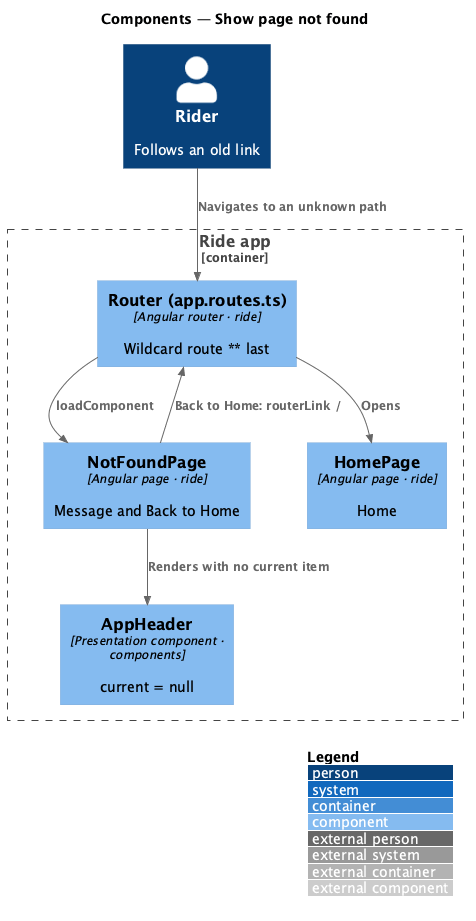
The PlantUML diagram docs/detailed-designs/ui/show-page-not-found/diagrams/c4-component.png in QuinntyneBrown/ride-one, before a commit.
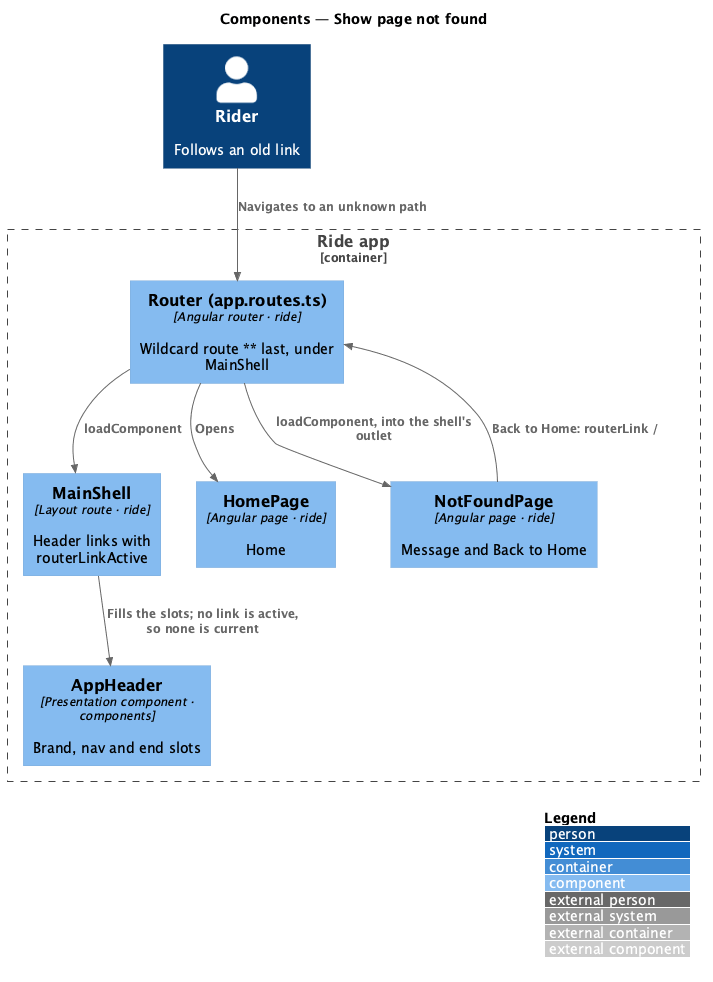
After the change.

Change to the diagram source:
```diff
@@ -5,14 +5,16 @@
 
 Person(rider, "Rider", "Follows an old link")
 Container_Boundary(app, "Ride app") {
-  Component(router, "Router (app.routes.ts)", "Angular router · ride", "Wildcard route ** last")
+  Component(router, "Router (app.routes.ts)", "Angular router · ride", "Wildcard route ** last, under MainShell")
+  Component(shell, "MainShell", "Layout route · ride", "Header links with routerLinkActive")
   Component(page, "NotFoundPage", "Angular page · ride", "Message and Back to Home")
-  Component(header, "AppHeader", "Presentation component · components", "current = null")
+  Component(header, "AppHeader", "Presentation component · components", "Brand, nav and end slots")
   Component(home, "HomePage", "Angular page · ride", "Home")
 }
 Rel(rider, router, "Navigates to an unknown path")
-Rel(router, page, "loadComponent")
-Rel(page, header, "Renders with no current item")
+Rel(router, shell, "loadComponent")
+Rel(router, page, "loadComponent, into the shell's outlet")
+Rel(shell, header, "Fills the slots; no link is active, so none is current")
 Rel(page, router, "Back to Home: routerLink /")
 Rel(router, home, "Opens")
 @enduml
```
